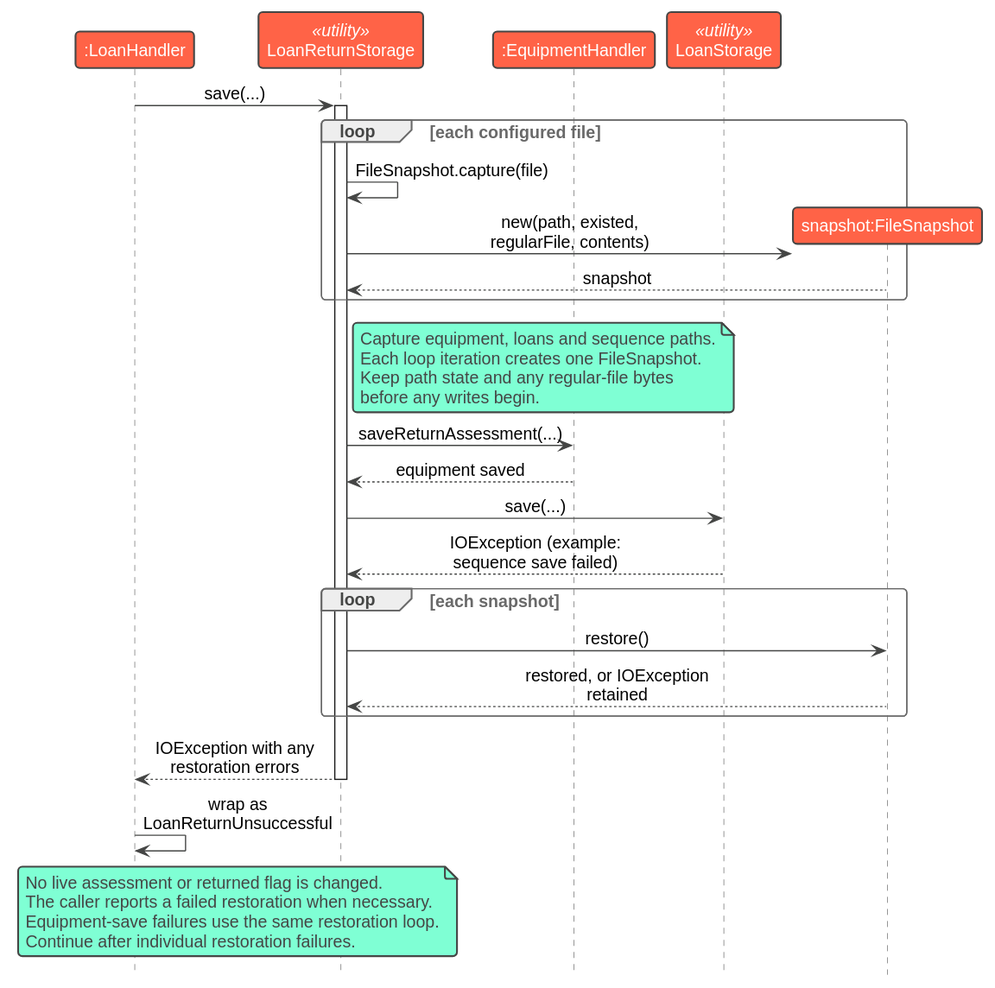
Earlier version of the PlantUML export docs/images/ReturnSaveFailure.svg (AY2627S1-CS2113-W13-1/tp).
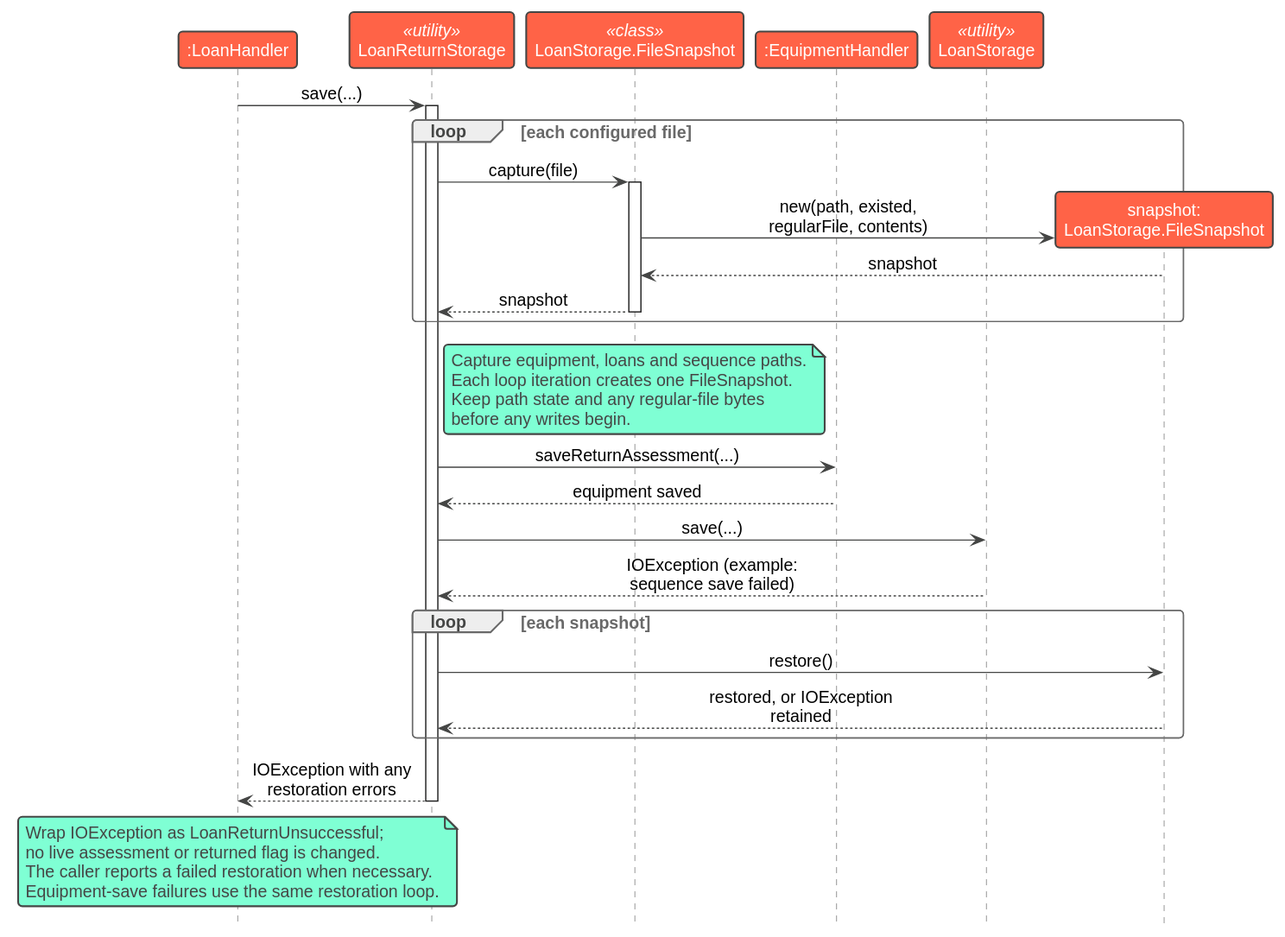
The same file after the commit.

The edit, as a diff of the source:
```diff
@@ -6,16 +6,20 @@
 
 participant ":LoanHandler" as Handler
 participant "LoanReturnStorage" as Store <<utility>>
+participant "LoanStorage.FileSnapshot" as Snapshots <<class>>
 participant ":EquipmentHandler" as Inventory
 participant "LoanStorage" as Loans <<utility>>
 
 Handler -> Store: save(...)
 activate Store
 loop each configured file
-    Store -> Store: FileSnapshot.capture(file)
-    create participant "snapshot:FileSnapshot" as Snapshot
-    Store -> Snapshot: new(path, existed, regularFile, contents)
-    Snapshot --> Store: snapshot
+    Store -> Snapshots: capture(file)
+    activate Snapshots
+    create participant "snapshot:\nLoanStorage.FileSnapshot" as Snapshot
+    Snapshots -> Snapshot: new(path, existed, regularFile, contents)
+    Snapshot --> Snapshots: snapshot
+    Snapshots --> Store: snapshot
+    deactivate Snapshots
 end
 note right of Store
 Capture equipment, loans and sequence paths.
@@ -33,11 +37,10 @@
 end
 Store --> Handler: IOException with any restoration errors
 deactivate Store
-Handler -> Handler: wrap as LoanReturnUnsuccessful
-note over Handler, Store
-No live assessment or returned flag is changed.
+note over Handler
+Wrap IOException as LoanReturnUnsuccessful;
+no live assessment or returned flag is changed.
 The caller reports a failed restoration when necessary.
 Equipment-save failures use the same restoration loop.
-Continue after individual restoration failures.
 end note
 @enduml
```
